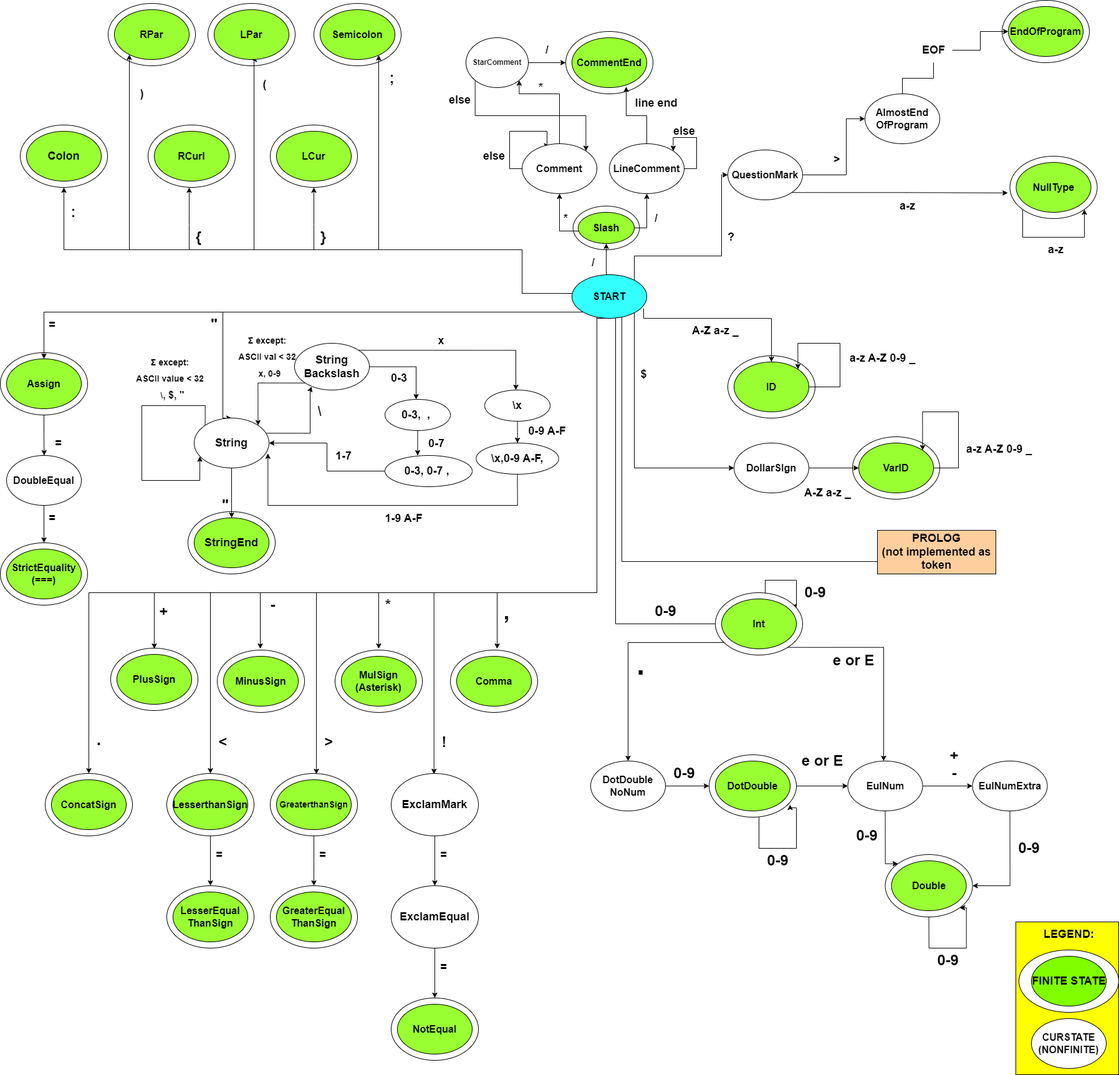
tobolikd/IFJproject keeps this draw.io diagram as doc/src/deterministicStateMachine_finall.png. Above is the earlier version. Source tidied: cells renumbered, new cells last; positions are measured from the earlier drawing's top-left corner, leaving out a move shared by most shapes.
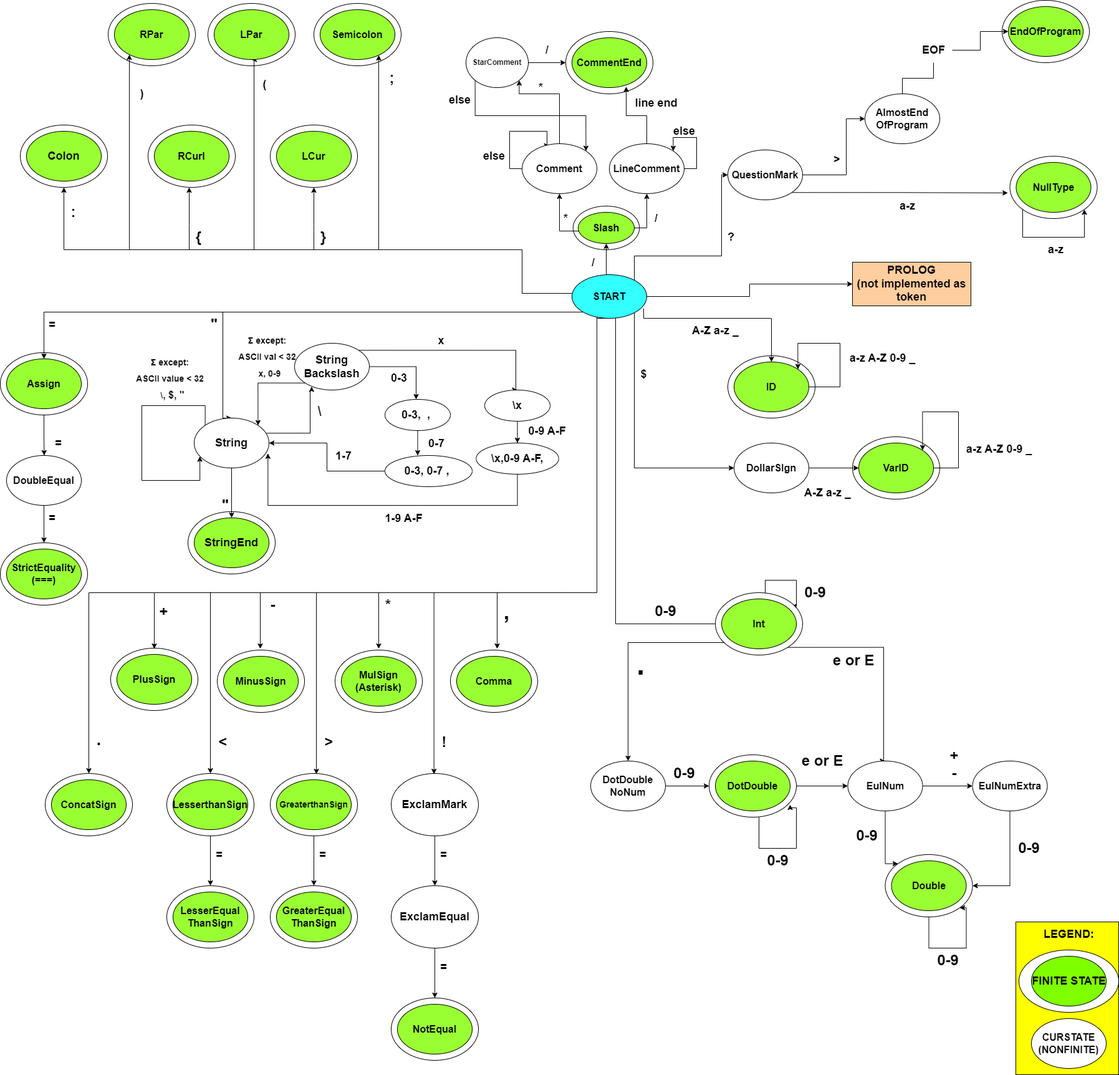
After the change.

Commit message:
doc: symtable done and updated FSM image-move Prolog token, as Miky is now, I hope, happy

What changed in the source:
```diff
@@ -141,14 +141,8 @@
         </Array>
       </mxGeometry>
     </mxCell>
-    <mxCell id="26" style="edgeStyle=orthogonalEdgeStyle;rounded=0;jettySize=auto;html=1;entryX=0;entryY=0.75;entryDx=0;entryDy=0;fontStyle=1;" parent="1" edge="1" source="27" target="169">
-      <mxGeometry relative="1" as="geometry">
-        <Array as="points">
-          <mxPoint x="997" y="900" />
-          <mxPoint x="1513" y="900" />
-          <mxPoint x="1513" y="902" />
-        </Array>
-      </mxGeometry>
+    <mxCell id="26" style="edgeStyle=orthogonalEdgeStyle;rounded=0;jettySize=auto;html=1;entryX=0;entryY=0.5;entryDx=0;entryDy=0;fontFamily=Helvetica;fontSize=28;fontColor=#000000;" parent="1" edge="1" source="27" target="169">
+      <mxGeometry relative="1" as="geometry" />
     </mxCell>
     <mxCell id="27" value="&lt;font size=&quot;3&quot;&gt;&lt;span&gt;START&lt;/span&gt;&lt;/font&gt;" style="ellipse;whiteSpace=wrap;html=1;fillColor=#33FFFF;fontStyle=1;" parent="1" vertex="1">
       <mxGeometry x="917" y="440" width="120" height="70" as="geometry" />
@@ -707,7 +701,7 @@
       <mxGeometry x="42" y="210" width="120" height="80" as="geometry" />
     </mxCell>
     <mxCell id="169" value="&lt;span&gt;&lt;font style=&quot;font-size: 18px;&quot;&gt;PROLOG&lt;br&gt;(not implemented as token&lt;br&gt;&lt;/font&gt;&lt;/span&gt;" style="rounded=0;whiteSpace=wrap;html=1;fillColor=#FFCE9F;fontStyle=1;" parent="1" vertex="1">
-      <mxGeometry x="1407" y="850" width="190" height="70" as="geometry" />
+      <mxGeometry x="1367" y="420" width="190" height="70" as="geometry" />
     </mxCell>
     <mxCell id="170" value="&lt;span&gt;LEGEND:&lt;/span&gt;" style="text;html=1;align=center;verticalAlign=middle;strokeColor=none;fillColor=none;fontSize=18;fontStyle=1;" parent="1" vertex="1">
       <mxGeometry x="1664" y="1478" width="100" height="40" as="geometry" />
```
